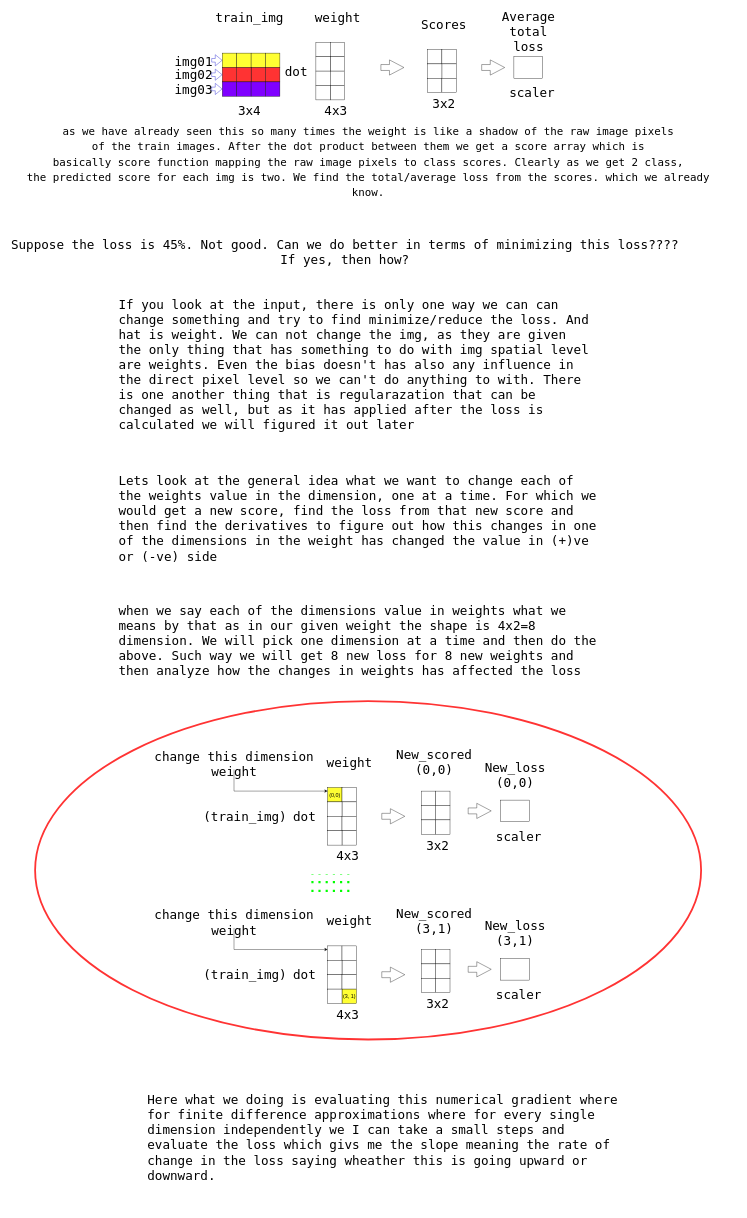
Before: page "Page-11" (11 of 12) of KNN.drawio in MOSHIIUR/DL, a draw.io diagram. Source tidied: cells renumbered, new cells numbered last; positions are measured from the earlier drawing's top-left corner, leaving out a move shared by most shapes. Both pictures are drawn from the tidied source at 36%, with x=0, y=0 at pixel (6, 6).
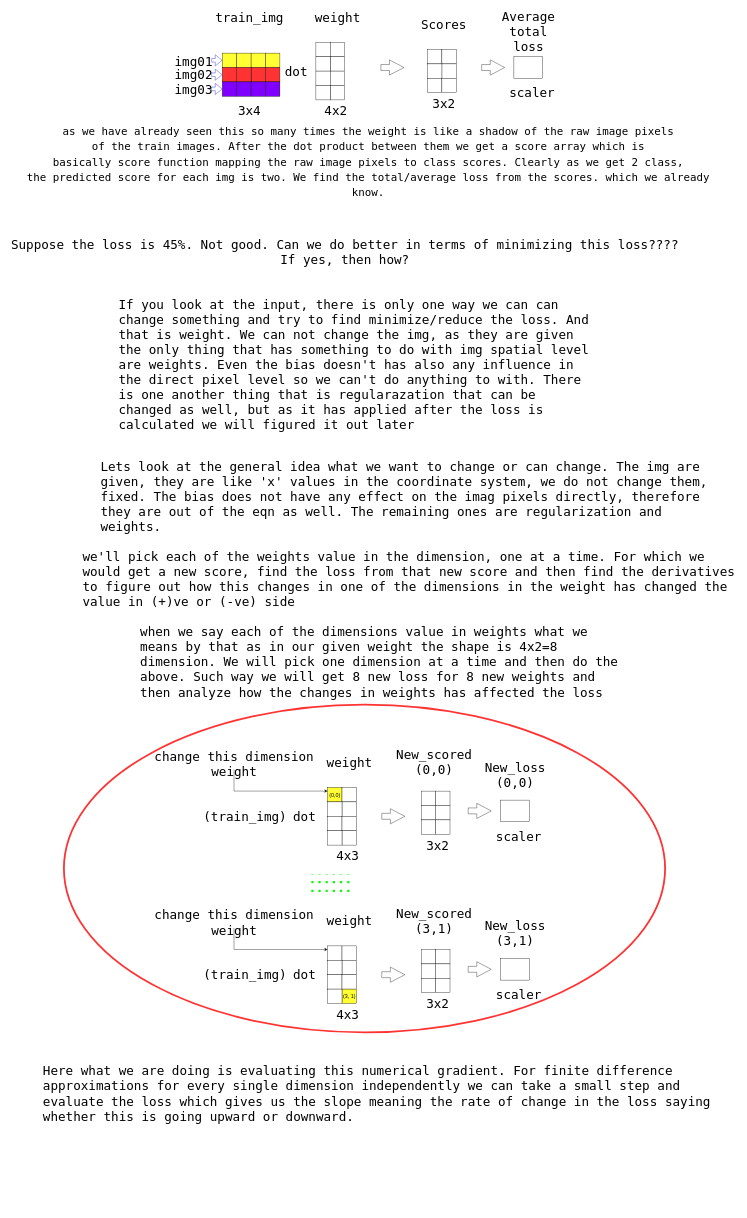
After the change.

What changed in the source:
```diff
@@
-    <mxCell id="31" value="4x3" style="text;html=1;align=center;verticalAlign=middle;strokeColor=none;fillColor=none;fontSize=35;fontFamily=Lucida Console;fontColor=default;" parent="1" vertex="1">
+    <mxCell id="31" value="4x2" style="text;html=1;align=center;verticalAlign=middle;strokeColor=none;fillColor=none;fontSize=35;fontFamily=Lucida Console;fontColor=default;" parent="1" vertex="1">
       <mxGeometry x="870" y="260" width="90" height="60" as="geometry" />
     </mxCell>
@@
-    <mxCell id="48" value="If you look at the input, there is only one way we can can change something and try to find minimize/reduce the loss. And hat is weight. We can not change the img, as they are given the only thing that has something to do with img spatial level are weights. Even the bias doesn't has also any influence in the direct pixel level so we can't do anything to with. There is one another thing that is regularazation that can be changed as well, but as it has applied after the loss is calculated we will figured it out later" style="text;whiteSpace=wrap;fontSize=35;fontFamily=Lucida Console;fontColor=default;" parent="1" vertex="1">
+    <mxCell id="48" value="If you look at the input, there is only one way we can can change something and try to find minimize/reduce the loss. And that is weight. We can not change the img, as they are given the only thing that has something to do with img spatial level are weights. Even the bias doesn't has also any influence in the direct pixel level so we can't do anything to with. There is one another thing that is regularazation that can be changed as well, but as it has applied after the loss is calculated we will figured it out later" style="text;whiteSpace=wrap;fontSize=35;fontFamily=Lucida Console;fontColor=default;" parent="1" vertex="1">
       <mxGeometry x="310" y="800" width="1320" height="340" as="geometry" />
     </mxCell>
-    <mxCell id="49" value="Lets look at the general idea what we want to change each of the weights value in the dimension, one at a time. For which we would get a new score, find the loss from that new score and then find the derivatives to figure out how this changes in one of the dimensions in the weight has changed the value in (+)ve or (-ve) side" style="text;whiteSpace=wrap;fontSize=35;fontFamily=Lucida Console;fontColor=default;" parent="1" vertex="1">
-      <mxGeometry x="310" y="1290" width="1350" height="340" as="geometry" />
+    <mxCell id="49" value="Lets look at the general idea what we want to change or can change. The img are given, they are like 'x' values in the coordinate system, we do not change them, fixed. The bias does not have any effect on the imag pixels directly, therefore they are out of the eqn as well. The remaining ones are regularization and weights." style="text;whiteSpace=wrap;fontSize=35;fontFamily=Lucida Console;fontColor=default;" parent="1" vertex="1">
+      <mxGeometry x="260" y="1250" width="1690" height="220" as="geometry" />
     </mxCell>
     <mxCell id="50" value="when we say each of the dimensions value in weights what we means by that as in our given weight the shape is 4x2=8 dimension. We will pick one dimension at a time and then do the above. Such way we will get 8 new loss for 8 new weights and then analyze how the changes in weights has affected the loss" style="text;whiteSpace=wrap;fontSize=35;fontFamily=Lucida Console;fontColor=default;" parent="1" vertex="1">
-      <mxGeometry x="310" y="1650" width="1350" height="340" as="geometry" />
+      <mxGeometry x="370" y="1710" width="1350" height="340" as="geometry" />
     </mxCell>
@@
     <mxCell id="105" style="ellipse;whiteSpace=wrap;html=1;align=center;verticalAlign=middle;fontFamily=Lucida Console;fontSize=35;fontColor=default;fillColor=none;gradientColor=none;strokeWidth=5;strokeColor=#FF3333;" parent="1" vertex="1">
-      <mxGeometry x="80" y="1930" width="1850" height="940" as="geometry" />
+      <mxGeometry x="160" y="1940" width="1670" height="910" as="geometry" />
     </mxCell>
@@
-    <mxCell id="112" value="Here what we doing is evaluating this numerical gradient where for finite difference approximations where for every single dimension independently we I can take a small steps and evaluate the loss which givs me the slope meaning the rate of change in the loss saying wheather this is going upward or downward." style="text;whiteSpace=wrap;fontSize=35;fontFamily=Lucida Console;fontColor=default;" parent="1" vertex="1">
-      <mxGeometry x="390" y="3010" width="1350" height="340" as="geometry" />
+    <mxCell id="112" value="Here what we are doing is evaluating this numerical gradient. For finite difference approximations for every single dimension independently we can take a small step and evaluate the loss which gives us the slope meaning the rate of change in the loss saying whether this is going upward or downward." style="text;whiteSpace=wrap;fontSize=35;fontFamily=Lucida Console;fontColor=default;" parent="1" vertex="1">
+      <mxGeometry x="100" y="2930" width="1940" height="210" as="geometry" />
     </mxCell>
+    <mxCell id="113" value="we'll pick each of the weights value in the dimension, one at a time. For which we would get a new score, find the loss from that new score and then find the derivatives to figure out how this changes in one of the dimensions in the weight has changed the value in (+)ve or (-ve) side" style="text;whiteSpace=wrap;fontSize=35;fontFamily=Lucida Console;" parent="1" vertex="1">
+      <mxGeometry x="210" y="1500" width="1820" height="190" as="geometry" />
+    </mxCell>
```
